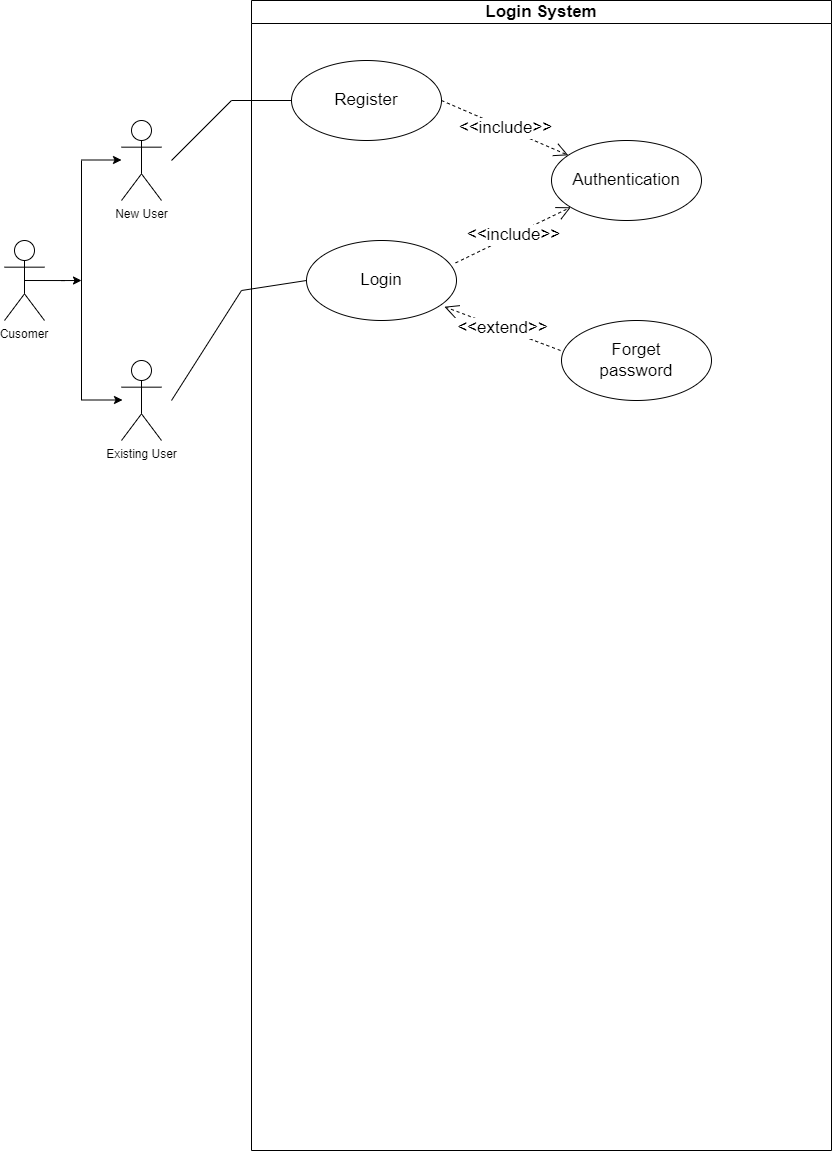
This is Login_form.drawio.png from BhavishyaBhojwani/Event-Management-System, a draw.io export, as it was before one commit. Source tidied: cells renumbered, new cells last; positions are measured from the earlier drawing's top-left corner, leaving out a move shared by most shapes.
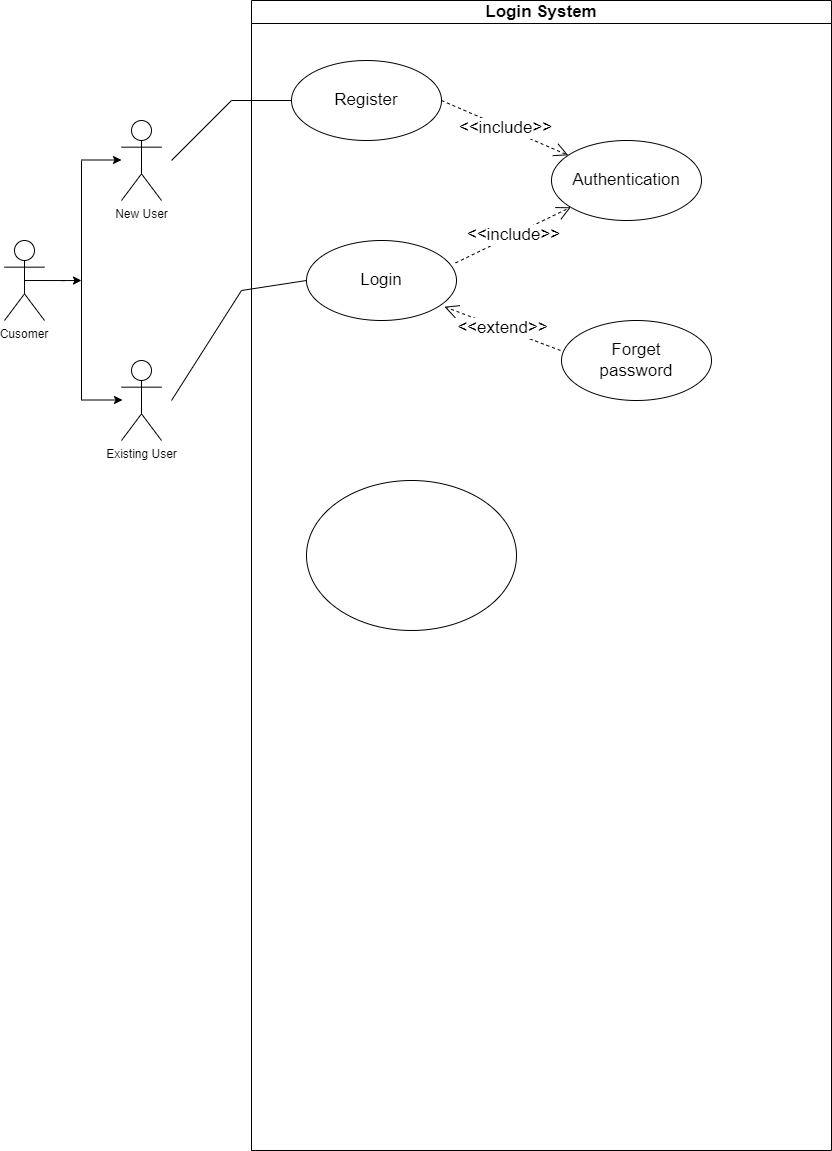
The same diagram one commit later.

The edit, as a diff of the source:
```diff
@@ -76,6 +76,9 @@
         </Array>
       </mxGeometry>
     </mxCell>
+    <mxCell id="20" style="ellipse;whiteSpace=wrap;html=1;fontSize=17;" parent="9" vertex="1">
+      <mxGeometry x="55" y="480" width="210" height="150" as="geometry" />
+    </mxCell>
     <mxCell id="19" style="endArrow=none;html=1;rounded=0;fontSize=17;" parent="1" edge="1">
       <mxGeometry relative="1" as="geometry">
         <mxPoint x="167" y="160" as="sourcePoint" />
```
